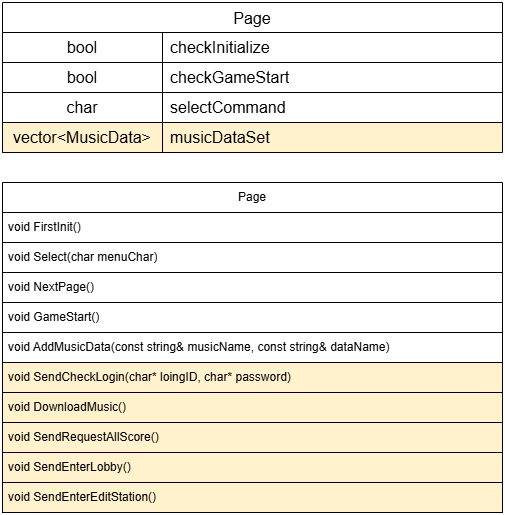
rmrgns/NetGameTeamProject keeps this draw.io diagram as drawio/Page.drawio (1).drawio.png. Above is the earlier version. Source tidied: cells renumbered, new cells last; positions are measured from the earlier drawing's top-left corner, leaving out a move shared by most shapes.
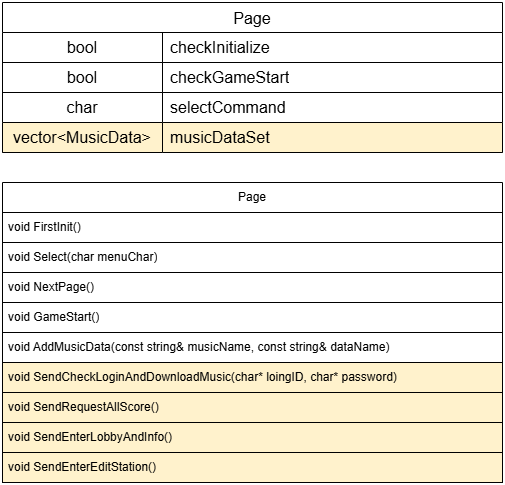
Later version of the same file.

What changed in the source:
```diff
@@ -42,7 +42,7 @@
       <mxGeometry x="160" width="340" height="30" as="geometry" />
     </mxCell>
     <mxCell id="15" value="Page" style="swimlane;fontStyle=0;horizontal=1;startSize=30;whiteSpace=wrap;html=1;strokeColor=default;" parent="1" vertex="1">
-      <mxGeometry y="180" width="500" height="330" as="geometry" />
+      <mxGeometry y="180" width="500" height="300" as="geometry" />
     </mxCell>
     <mxCell id="16" value="void FirstInit()" style="text;strokeColor=default;fillColor=none;align=left;verticalAlign=middle;spacingLeft=4;spacingRight=4;overflow=hidden;whiteSpace=wrap;html=1;" parent="15" vertex="1">
       <mxGeometry y="30" width="500" height="30" as="geometry" />
@@ -59,20 +59,17 @@
     <mxCell id="20" value="void AddMusicData(const string&amp;amp; musicName, const string&amp;amp; dataName)" style="text;strokeColor=default;fillColor=none;align=left;verticalAlign=middle;spacingLeft=4;spacingRight=4;overflow=hidden;whiteSpace=wrap;html=1;" parent="15" vertex="1">
       <mxGeometry y="150" width="500" height="30" as="geometry" />
     </mxCell>
-    <mxCell id="21" value="void SendCheckLogin(char* loingID, char* password)" style="text;strokeColor=default;fillColor=#fff2cc;align=left;verticalAlign=middle;spacingLeft=4;spacingRight=4;overflow=hidden;whiteSpace=wrap;html=1;" parent="15" vertex="1">
+    <mxCell id="21" value="void SendCheckLoginAndDownloadMusic(char* loingID, char* password)" style="text;strokeColor=default;fillColor=#fff2cc;align=left;verticalAlign=middle;spacingLeft=4;spacingRight=4;overflow=hidden;whiteSpace=wrap;html=1;" parent="15" vertex="1">
       <mxGeometry y="180" width="500" height="30" as="geometry" />
     </mxCell>
-    <mxCell id="22" value="void DownloadMusic()" style="text;strokeColor=default;fillColor=#fff2cc;align=left;verticalAlign=middle;spacingLeft=4;spacingRight=4;overflow=hidden;whiteSpace=wrap;html=1;" parent="15" vertex="1">
-      <mxGeometry y="210" width="500" height="30" as="geometry" />
-    </mxCell>
     <mxCell id="23" value="void SendRequestAllScore()" style="text;strokeColor=default;fillColor=#fff2cc;align=left;verticalAlign=middle;spacingLeft=4;spacingRight=4;overflow=hidden;whiteSpace=wrap;html=1;" parent="15" vertex="1">
-      <mxGeometry y="240" width="500" height="30" as="geometry" />
+      <mxGeometry y="210" width="500" height="30" as="geometry" />
     </mxCell>
-    <mxCell id="24" value="void SendEnterLobby()" style="text;strokeColor=default;fillColor=#fff2cc;align=left;verticalAlign=middle;spacingLeft=4;spacingRight=4;overflow=hidden;whiteSpace=wrap;html=1;" parent="15" vertex="1">
-      <mxGeometry y="270" width="500" height="30" as="geometry" />
+    <mxCell id="24" value="void SendEnterLobbyAndInfo()" style="text;strokeColor=default;fillColor=#fff2cc;align=left;verticalAlign=middle;spacingLeft=4;spacingRight=4;overflow=hidden;whiteSpace=wrap;html=1;" parent="15" vertex="1">
+      <mxGeometry y="240" width="500" height="30" as="geometry" />
     </mxCell>
     <mxCell id="25" value="void SendEnterEditStation()" style="text;strokeColor=default;fillColor=#fff2cc;align=left;verticalAlign=middle;spacingLeft=4;spacingRight=4;overflow=hidden;whiteSpace=wrap;html=1;" parent="15" vertex="1">
-      <mxGeometry y="300" width="500" height="30" as="geometry" />
+      <mxGeometry y="270" width="500" height="30" as="geometry" />
     </mxCell>
   </root>
 </mxGraphModel>
```
